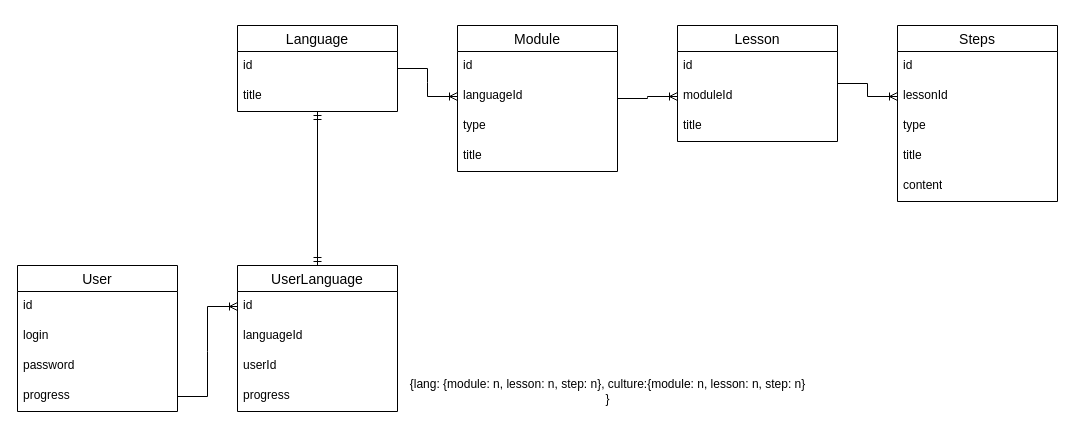
Above: server/LearLangServerModel.drawio in Arteminariy/LearnLang (draw.io), before the change. Source tidied: cells renumbered, new cells numbered last; positions are measured from the earlier drawing's top-left corner, leaving out a move shared by most shapes. Both pictures are drawn from the tidied source at 100%, with x=0, y=0 at pixel (17, 25).
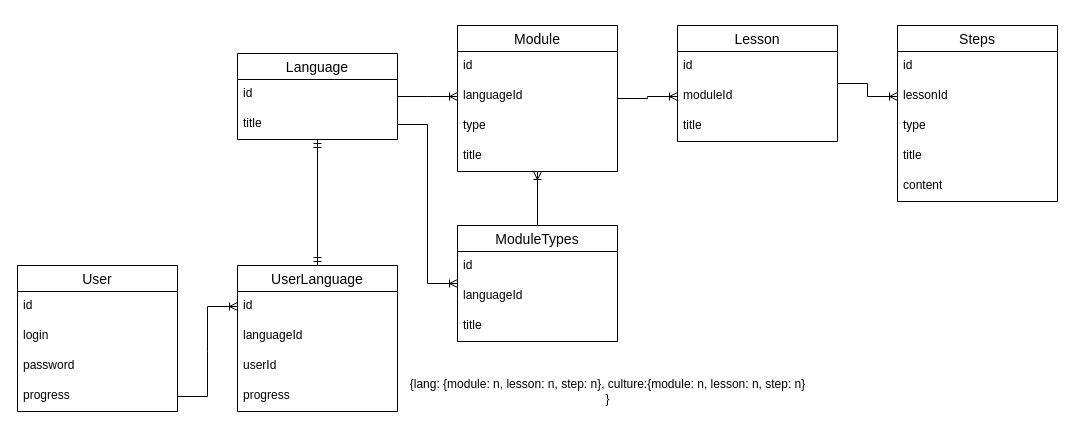
Above is the later version.

The change refers to these unchanged cells:
```xml
<mxCell id="6" value="title" style="text;strokeColor=none;fillColor=none;spacingLeft=4;spacingRight=4;overflow=hidden;points=[[0,0.5],[1,0.5]];portConstraint=eastwest;fontSize=12;whiteSpace=wrap;html=1;" parent="2" vertex="1">
  <mxGeometry y="116" width="160" height="30" as="geometry" />
</mxCell>
<mxCell id="14" value="title" style="text;strokeColor=none;fillColor=none;spacingLeft=4;spacingRight=4;overflow=hidden;points=[[0,0.5],[1,0.5]];portConstraint=eastwest;fontSize=12;whiteSpace=wrap;html=1;" parent="12" vertex="1">
  <mxGeometry y="56" width="160" height="30" as="geometry" />
</mxCell>
```

Change to the diagram source:
```diff
@@
     <mxCell id="12" value="Language" style="swimlane;fontStyle=0;horizontal=1;startSize=26;align=center;fontSize=14;" parent="1" vertex="1">
-      <mxGeometry x="220" width="160" height="86" as="geometry" />
+      <mxGeometry x="220" y="28" width="160" height="86" as="geometry" />
     </mxCell>
@@
+    <mxCell id="37" value="ModuleTypes" style="swimlane;fontStyle=0;horizontal=1;startSize=26;align=center;fontSize=14;" parent="1" vertex="1">
+      <mxGeometry x="440" y="200" width="160" height="116" as="geometry" />
+    </mxCell>
+    <mxCell id="38" value="id" style="text;strokeColor=none;fillColor=none;spacingLeft=4;spacingRight=4;overflow=hidden;fontSize=12;whiteSpace=wrap;html=1;" parent="37" vertex="1">
+      <mxGeometry y="26" width="160" height="30" as="geometry" />
+    </mxCell>
+    <mxCell id="39" value="languageId" style="text;strokeColor=none;fillColor=none;spacingLeft=4;spacingRight=4;overflow=hidden;fontSize=12;whiteSpace=wrap;html=1;" parent="37" vertex="1">
+      <mxGeometry y="56" width="160" height="30" as="geometry" />
+    </mxCell>
+    <mxCell id="40" value="title" style="text;strokeColor=none;fillColor=none;spacingLeft=4;spacingRight=4;overflow=hidden;fontSize=12;whiteSpace=wrap;html=1;" parent="37" vertex="1">
+      <mxGeometry y="86" width="160" height="30" as="geometry" />
+    </mxCell>
+    <mxCell id="41" style="edgeStyle=entityRelationEdgeStyle;fontSize=12;html=1;endArrow=ERoneToMany;rounded=0;" parent="1" edge="1" source="14" target="37">
+      <mxGeometry relative="1" as="geometry" />
+    </mxCell>
+    <mxCell id="42" style="fontSize=12;html=1;endArrow=ERoneToMany;rounded=0;" parent="1" edge="1" source="37" target="6">
+      <mxGeometry relative="1" as="geometry" />
+    </mxCell>
```
